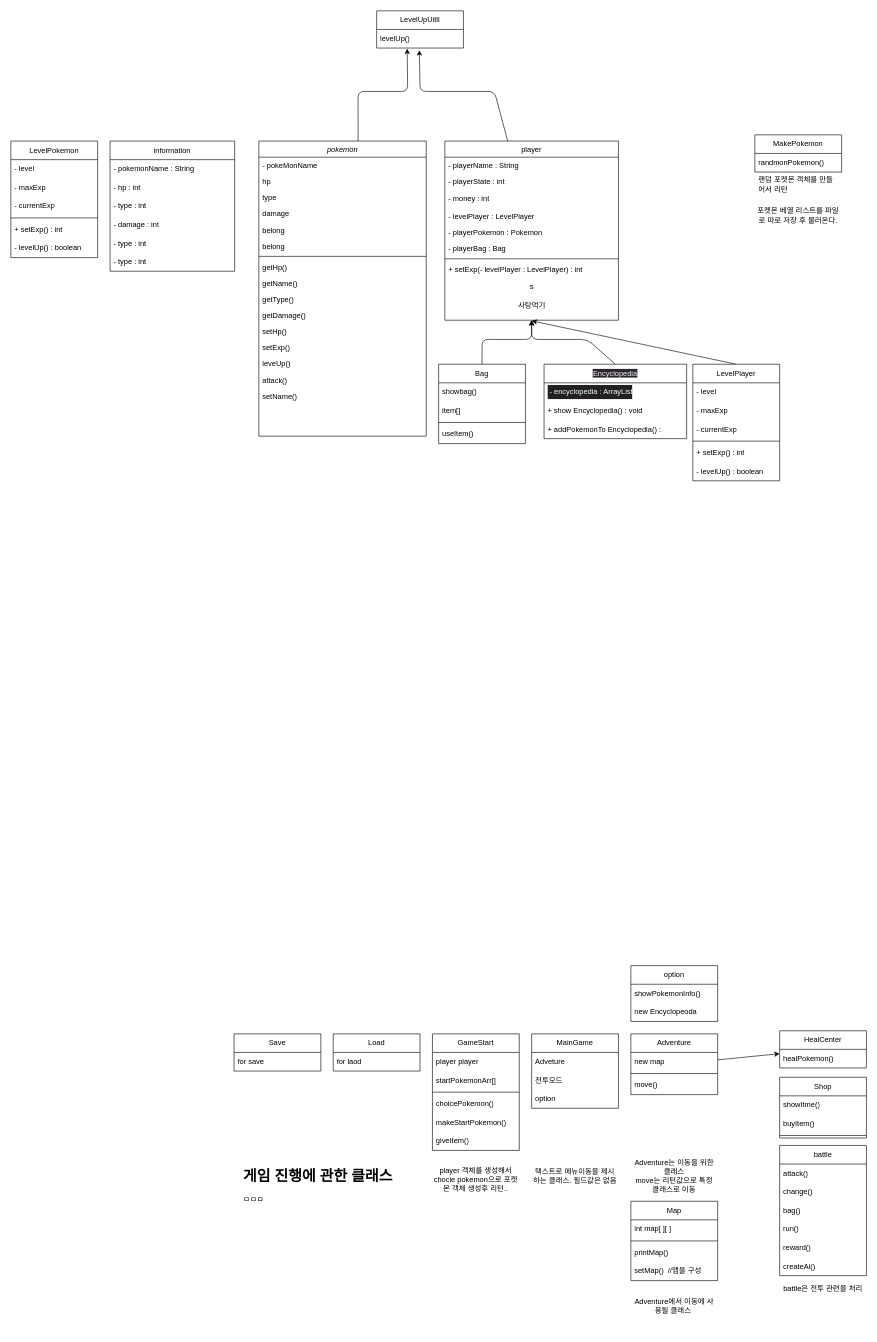
Before: pokemon.drawio in heung115/java-project-pokemon, a draw.io diagram. Source tidied: cells renumbered, new cells numbered last; positions are measured from the earlier drawing's top-left corner, leaving out a move shared by most shapes. Both pictures are drawn from the tidied source at 62%, with x=0, y=0 at pixel (11, 11).
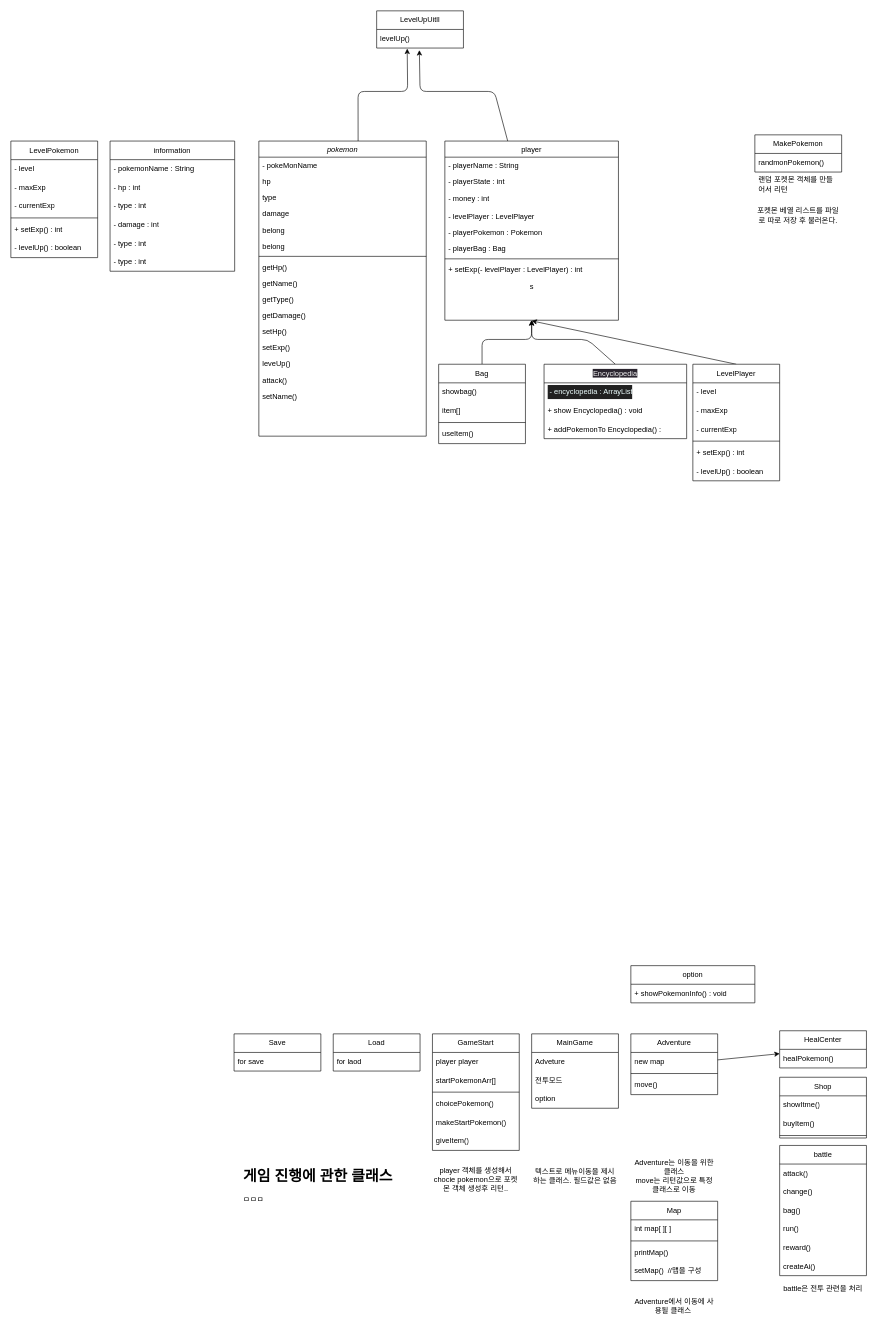
The same page after the edit.

Unchanged cells that the change refers to:
```xml
<mxCell id="21" value="player" style="swimlane;fontStyle=0;align=center;verticalAlign=top;horizontal=1;startSize=26;rounded=0;shadow=0;strokeWidth=1;" parent="1" vertex="1">
  <mxGeometry x="700" y="210" width="280" height="289" as="geometry" />
</mxCell>
```

The edit, as a diff of the source:
```diff
@@
-    <mxCell id="31" value="사탕먹기&lt;br&gt;" style="text;html=1;align=center;verticalAlign=middle;strokeColor=none;fillColor=none;" parent="21" vertex="1">
-      <mxGeometry y="250" width="280" height="30" as="geometry" />
-    </mxCell>
@@
     <mxCell id="87" value="option&lt;br&gt;" style="swimlane;fontStyle=0;horizontal=1;startSize=30;whiteSpace=wrap;html=1;" parent="1" vertex="1">
-      <mxGeometry x="1000" y="1540" width="140" height="90" as="geometry" />
+      <mxGeometry x="1000" y="1540" width="200" height="60" as="geometry" />
     </mxCell>
-    <mxCell id="88" value="showPokemonInfo()" style="text;strokeColor=none;fillColor=none;align=left;verticalAlign=middle;spacingLeft=4;spacingRight=4;overflow=hidden;whiteSpace=wrap;html=1;" parent="87" vertex="1">
-      <mxGeometry y="30" width="140" height="30" as="geometry" />
+    <mxCell id="88" value="+ showPokemonInfo() : void" style="text;strokeColor=none;fillColor=none;align=left;verticalAlign=middle;spacingLeft=4;spacingRight=4;overflow=hidden;whiteSpace=wrap;html=1;" parent="87" vertex="1">
+      <mxGeometry y="30" width="200" height="30" as="geometry" />
     </mxCell>
-    <mxCell id="89" value="&lt;span style=&quot;text-align: center;&quot;&gt;new Encyclopeoda&lt;/span&gt;" style="text;strokeColor=none;fillColor=none;align=left;verticalAlign=middle;spacingLeft=4;spacingRight=4;overflow=hidden;whiteSpace=wrap;html=1;" parent="87" vertex="1">
-      <mxGeometry y="60" width="140" height="30" as="geometry" />
-    </mxCell>
```
